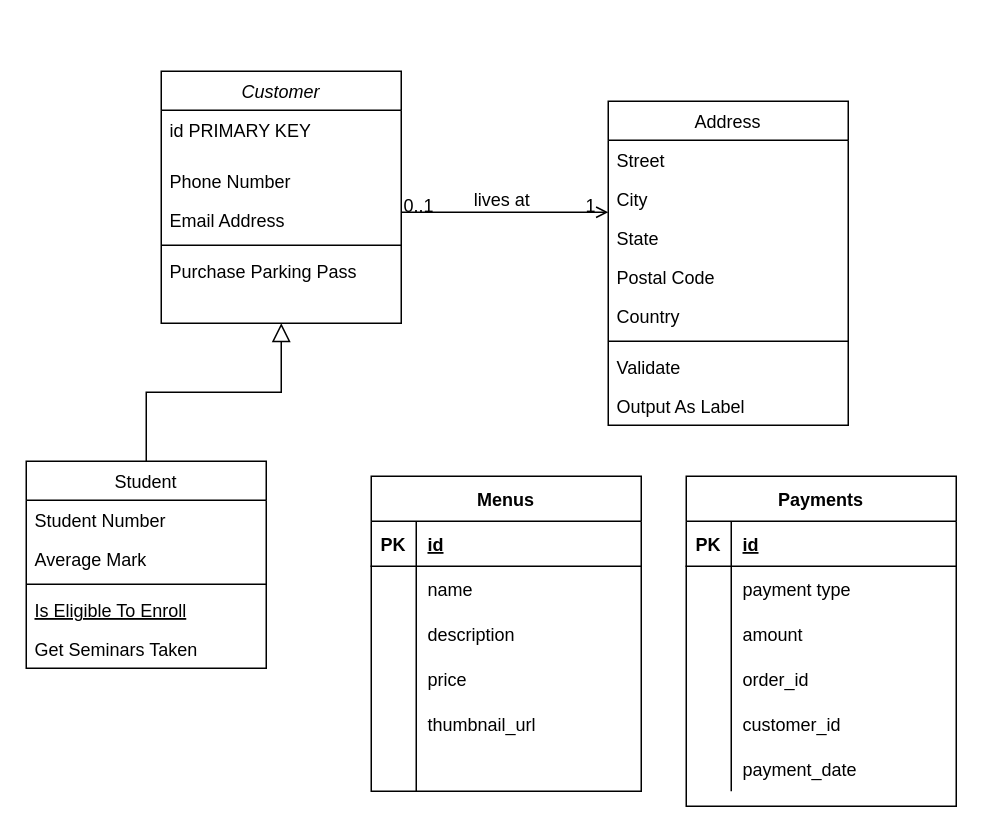
Above: Untitled Diagram.drawio in astarinamaulida/cravings (draw.io), before the change. Source tidied: cells renumbered, new cells numbered last; positions are measured from the earlier drawing's top-left corner, leaving out a move shared by most shapes. Both pictures are drawn from the tidied source at 150%, with x=0, y=0 at pixel (26, 70).
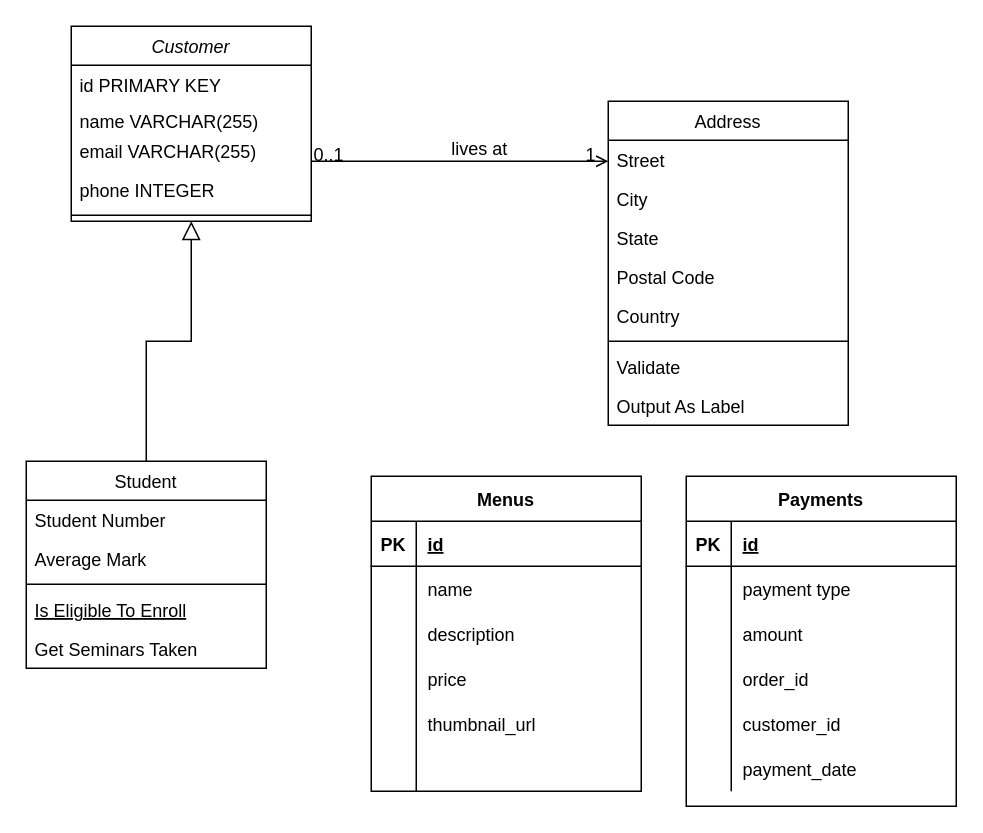
Above is the later version.

Commit message:
Customer TABLE completion

Change to the diagram source:
```diff
@@
     <mxCell id="2" value="Customer" style="swimlane;fontStyle=2;align=center;verticalAlign=top;horizontal=1;startSize=26;rounded=0;shadow=0;strokeWidth=1;" parent="1" vertex="1">
-      <mxGeometry x="90" width="160" height="168" as="geometry" />
+      <mxGeometry x="30" y="-30" width="160" height="130" as="geometry" />
     </mxCell>
     <mxCell id="3" value="id PRIMARY KEY" style="text;align=left;verticalAlign=top;spacingLeft=4;spacingRight=4;overflow=hidden;whiteSpace=wrap;" parent="2" vertex="1">
-      <mxGeometry y="26" width="160" height="34" as="geometry" />
+      <mxGeometry y="26" width="160" height="24" as="geometry" />
     </mxCell>
-    <mxCell id="4" value="Phone Number" style="text;align=left;verticalAlign=top;spacingLeft=4;spacingRight=4;overflow=hidden;rounded=0;shadow=0;html=0;" parent="2" vertex="1">
-      <mxGeometry y="60" width="160" height="26" as="geometry" />
+    <mxCell id="4" value="name VARCHAR(255)" style="text;align=left;verticalAlign=top;spacingLeft=4;spacingRight=4;overflow=hidden;rounded=0;shadow=0;html=0;" parent="2" vertex="1">
+      <mxGeometry y="50" width="160" height="20" as="geometry" />
     </mxCell>
-    <mxCell id="5" value="Email Address" style="text;align=left;verticalAlign=top;spacingLeft=4;spacingRight=4;overflow=hidden;rounded=0;shadow=0;html=0;" parent="2" vertex="1">
-      <mxGeometry y="86" width="160" height="26" as="geometry" />
+    <mxCell id="5" value="email VARCHAR(255)" style="text;align=left;verticalAlign=top;spacingLeft=4;spacingRight=4;overflow=hidden;rounded=0;shadow=0;html=0;" parent="2" vertex="1">
+      <mxGeometry y="70" width="160" height="26" as="geometry" />
     </mxCell>
+    <mxCell id="7" value="phone INTEGER&#10;" style="text;align=left;verticalAlign=top;spacingLeft=4;spacingRight=4;overflow=hidden;" parent="2" vertex="1">
+      <mxGeometry y="96" width="160" height="26" as="geometry" />
+    </mxCell>
     <mxCell id="6" style="line;html=1;strokeWidth=1;align=left;verticalAlign=middle;spacingTop=-1;spacingLeft=3;spacingRight=3;labelPosition=right;" parent="2" vertex="1">
-      <mxGeometry y="112" width="160" height="8" as="geometry" />
+      <mxGeometry y="122" width="160" height="8" as="geometry" />
     </mxCell>
-    <mxCell id="7" value="Purchase Parking Pass" style="text;align=left;verticalAlign=top;spacingLeft=4;spacingRight=4;overflow=hidden;" parent="2" vertex="1">
-      <mxGeometry y="120" width="160" height="26" as="geometry" />
-    </mxCell>
```
